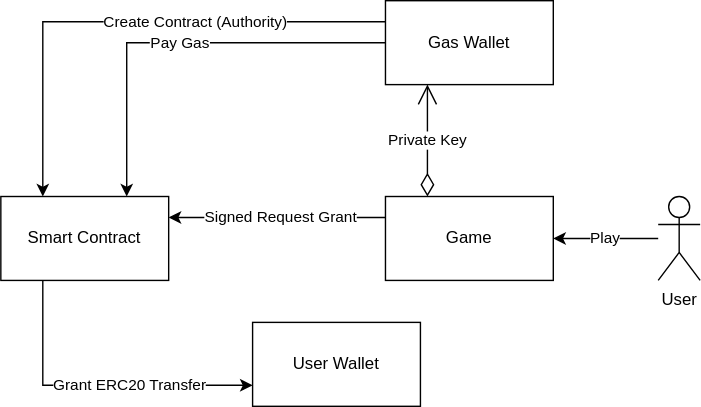
Earlier version of the draw.io export Documentation/Diagrams.svg (kilogold/BadgerDAO). Source tidied: cells renumbered, new cells last; positions are measured from the earlier drawing's top-left corner, leaving out a move shared by most shapes. Source of this version:
```xml
<mxGraphModel>
  <root>
    <mxCell id="0" />
    <mxCell id="1" parent="0" />
    <mxCell id="2" value="Pay Gas" style="edgeStyle=orthogonalEdgeStyle;rounded=0;jettySize=auto;html=1;entryX=0.75;entryY=0;entryDx=0;entryDy=0;" parent="1" edge="1" source="4" target="6">
      <mxGeometry relative="1" as="geometry" />
    </mxCell>
    <mxCell id="3" value="Create Contract (Authority)" style="edgeStyle=orthogonalEdgeStyle;rounded=0;jettySize=auto;html=1;exitX=0;exitY=0.25;exitDx=0;exitDy=0;entryX=0.25;entryY=0;entryDx=0;entryDy=0;" parent="1" edge="1" source="4" target="6">
      <mxGeometry x="-0.27" relative="1" as="geometry" />
    </mxCell>
    <mxCell id="4" value="Gas Wallet" style="rounded=0;whiteSpace=wrap;html=1;" parent="1" vertex="1">
      <mxGeometry x="275" width="120" height="60" as="geometry" />
    </mxCell>
    <mxCell id="5" value="Grant ERC20 Transfer" style="edgeStyle=orthogonalEdgeStyle;rounded=0;jettySize=auto;html=1;entryX=0;entryY=0.75;entryDx=0;entryDy=0;exitX=0.25;exitY=1;exitDx=0;exitDy=0;" parent="1" edge="1" source="6" target="9">
      <mxGeometry x="0.22" relative="1" as="geometry" />
    </mxCell>
    <mxCell id="6" value="Smart Contract" style="rounded=0;whiteSpace=wrap;html=1;" parent="1" vertex="1">
      <mxGeometry y="140" width="120" height="60" as="geometry" />
    </mxCell>
    <mxCell id="7" value="Signed Request Grant" style="edgeStyle=orthogonalEdgeStyle;rounded=0;jettySize=auto;html=1;exitX=0;exitY=0.25;exitDx=0;exitDy=0;entryX=1;entryY=0.25;entryDx=0;entryDy=0;" parent="1" edge="1" source="8" target="6">
      <mxGeometry x="-0.03" relative="1" as="geometry" />
    </mxCell>
    <mxCell id="8" value="Game" style="rounded=0;whiteSpace=wrap;html=1;" parent="1" vertex="1">
      <mxGeometry x="275" y="140" width="120" height="60" as="geometry" />
    </mxCell>
    <mxCell id="9" value="User Wallet" style="rounded=0;whiteSpace=wrap;html=1;" parent="1" vertex="1">
      <mxGeometry x="180" y="230" width="120" height="60" as="geometry" />
    </mxCell>
    <mxCell id="10" value="Private Key" style="endArrow=open;html=1;endSize=12;startArrow=diamondThin;startSize=14;startFill=0;edgeStyle=orthogonalEdgeStyle;exitX=0.25;exitY=0;exitDx=0;exitDy=0;entryX=0.25;entryY=1;entryDx=0;entryDy=0;" parent="1" edge="1" source="8" target="4">
      <mxGeometry relative="1" as="geometry" />
    </mxCell>
    <mxCell id="11" value="Play" style="edgeStyle=orthogonalEdgeStyle;rounded=0;jettySize=auto;html=1;" parent="1" edge="1" source="12" target="8">
      <mxGeometry relative="1" as="geometry" />
    </mxCell>
    <mxCell id="12" value="User" style="shape=umlActor;verticalLabelPosition=bottom;verticalAlign=top;html=1;" parent="1" vertex="1">
      <mxGeometry x="470" y="140" width="30" height="60" as="geometry" />
    </mxCell>
  </root>
</mxGraphModel>
```
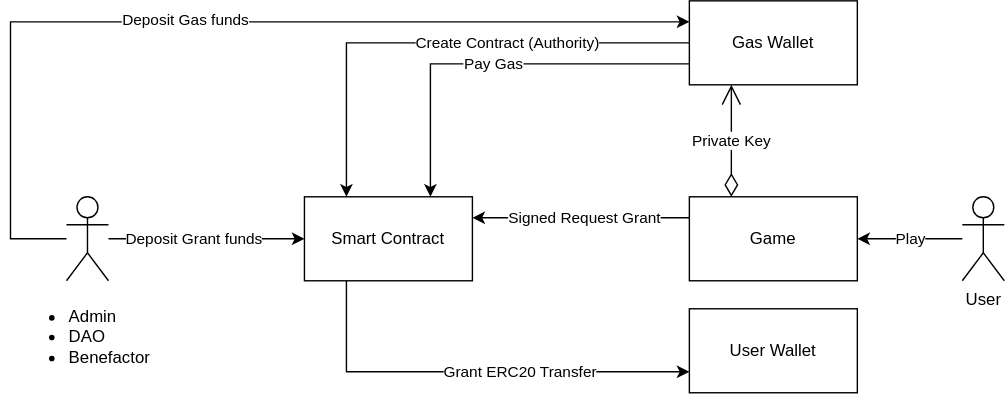
Above is the later version.

Diff of the diagram source:
```diff
@@ -2,10 +2,10 @@
   <root>
     <mxCell id="0" />
     <mxCell id="1" parent="0" />
-    <mxCell id="2" value="Pay Gas" style="edgeStyle=orthogonalEdgeStyle;rounded=0;jettySize=auto;html=1;entryX=0.75;entryY=0;entryDx=0;entryDy=0;" parent="1" edge="1" source="4" target="6">
+    <mxCell id="2" value="Pay Gas" style="edgeStyle=orthogonalEdgeStyle;rounded=0;jettySize=auto;html=1;entryX=0.75;entryY=0;entryDx=0;entryDy=0;exitX=0;exitY=0.75;exitDx=0;exitDy=0;" parent="1" edge="1" source="4" target="6">
       <mxGeometry relative="1" as="geometry" />
     </mxCell>
-    <mxCell id="3" value="Create Contract (Authority)" style="edgeStyle=orthogonalEdgeStyle;rounded=0;jettySize=auto;html=1;exitX=0;exitY=0.25;exitDx=0;exitDy=0;entryX=0.25;entryY=0;entryDx=0;entryDy=0;" parent="1" edge="1" source="4" target="6">
+    <mxCell id="3" value="Create Contract (Authority)" style="edgeStyle=orthogonalEdgeStyle;rounded=0;jettySize=auto;html=1;exitX=0;exitY=0.5;exitDx=0;exitDy=0;entryX=0.25;entryY=0;entryDx=0;entryDy=0;" parent="1" edge="1" source="4" target="6">
       <mxGeometry x="-0.27" relative="1" as="geometry" />
     </mxCell>
     <mxCell id="4" value="Gas Wallet" style="rounded=0;whiteSpace=wrap;html=1;" parent="1" vertex="1">
@@ -24,7 +24,7 @@
       <mxGeometry x="275" y="140" width="120" height="60" as="geometry" />
     </mxCell>
     <mxCell id="9" value="User Wallet" style="rounded=0;whiteSpace=wrap;html=1;" parent="1" vertex="1">
-      <mxGeometry x="180" y="230" width="120" height="60" as="geometry" />
+      <mxGeometry x="275" y="220" width="120" height="60" as="geometry" />
     </mxCell>
     <mxCell id="10" value="Private Key" style="endArrow=open;html=1;endSize=12;startArrow=diamondThin;startSize=14;startFill=0;edgeStyle=orthogonalEdgeStyle;exitX=0.25;exitY=0;exitDx=0;exitDy=0;entryX=0.25;entryY=1;entryDx=0;entryDy=0;" parent="1" edge="1" source="8" target="4">
       <mxGeometry relative="1" as="geometry" />
@@ -35,5 +35,27 @@
     <mxCell id="12" value="User" style="shape=umlActor;verticalLabelPosition=bottom;verticalAlign=top;html=1;" parent="1" vertex="1">
       <mxGeometry x="470" y="140" width="30" height="60" as="geometry" />
     </mxCell>
+    <mxCell id="13" style="edgeStyle=orthogonalEdgeStyle;rounded=0;jettySize=auto;html=1;entryX=0;entryY=0.5;entryDx=0;entryDy=0;" parent="1" edge="1" source="17" target="6">
+      <mxGeometry relative="1" as="geometry" />
+    </mxCell>
+    <mxCell id="14" value="Deposit Grant funds" style="edgeLabel;html=1;align=center;verticalAlign=middle;" parent="13" vertex="1">
+      <mxGeometry x="-0.13" relative="1" as="geometry" />
+    </mxCell>
+    <mxCell id="15" style="edgeStyle=orthogonalEdgeStyle;rounded=0;jettySize=auto;html=1;entryX=0;entryY=0.25;entryDx=0;entryDy=0;" parent="1" edge="1" source="17" target="4">
+      <mxGeometry relative="1" as="geometry">
+        <Array as="points">
+          <mxPoint x="-210" y="170" />
+          <mxPoint x="-210" y="15" />
+        </Array>
+      </mxGeometry>
+    </mxCell>
+    <mxCell id="16" value="Deposit Gas funds" style="edgeLabel;html=1;align=center;verticalAlign=middle;" parent="15" vertex="1">
+      <mxGeometry x="-0.16" y="-1" relative="1" as="geometry">
+        <mxPoint x="35" y="-2" as="offset" />
+      </mxGeometry>
+    </mxCell>
+    <mxCell id="17" value="&lt;ul&gt;&lt;li&gt;&lt;span&gt;Admin&lt;/span&gt;&lt;/li&gt;&lt;li&gt;&lt;span&gt;DAO&lt;/span&gt;&lt;/li&gt;&lt;li&gt;&lt;span&gt;Benefactor&lt;/span&gt;&lt;/li&gt;&lt;/ul&gt;" style="shape=umlActor;verticalLabelPosition=bottom;verticalAlign=top;html=1;align=left;spacingLeft=-40;" parent="1" vertex="1">
+      <mxGeometry x="-170" y="140" width="30" height="60" as="geometry" />
+    </mxCell>
   </root>
 </mxGraphModel>
```
